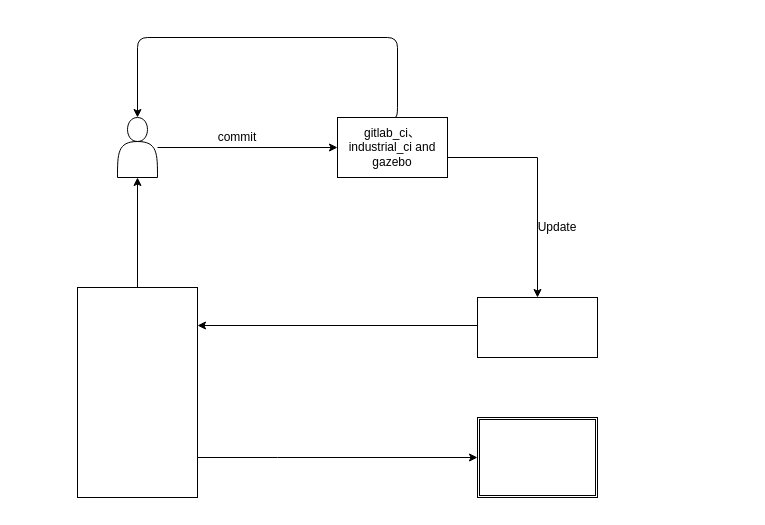
BruceLannn/MyBlog keeps this draw.io diagram as Untitled Diagram.drawio. Above is the earlier version. Source tidied: cells renumbered, new cells numbered last; positions are measured from the earlier drawing's top-left corner, leaving out a move shared by most shapes. Both pictures are drawn from the tidied source at 100%, with x=0, y=0 at pixel (77, 37).
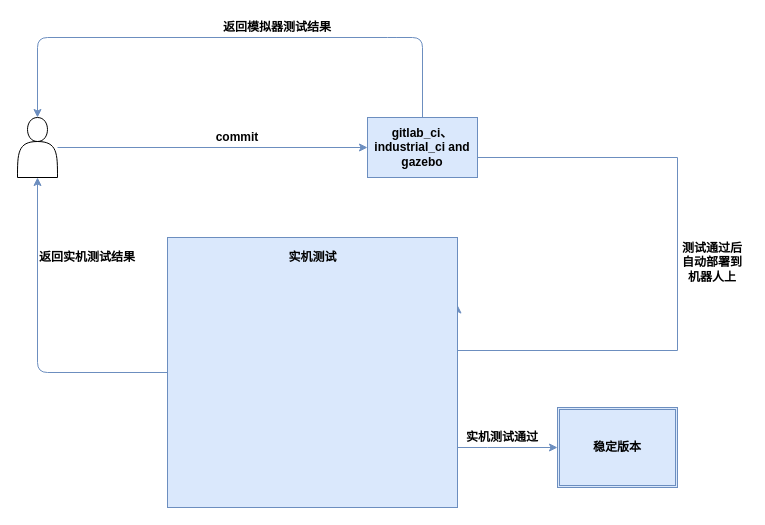
The same page after the edit.

Diff of the diagram source:
```diff
@@
-    <mxCell id="2" style="edgeStyle=orthogonalEdgeStyle;rounded=0;jettySize=auto;html=1;" parent="1" edge="1" source="3" target="5">
+    <mxCell id="2" style="edgeStyle=orthogonalEdgeStyle;rounded=0;jettySize=auto;html=1;fillColor=#dae8fc;strokeColor=#6c8ebf;" parent="1" edge="1" source="3" target="5">
       <mxGeometry relative="1" as="geometry" />
     </mxCell>
     <mxCell id="3" style="shape=actor;whiteSpace=wrap;html=1;" parent="1" vertex="1">
-      <mxGeometry x="40" y="80" width="40" height="60" as="geometry" />
+      <mxGeometry x="-60" y="80" width="40" height="60" as="geometry" />
     </mxCell>
-    <mxCell id="4" style="edgeStyle=orthogonalEdgeStyle;rounded=0;jettySize=auto;html=1;" parent="1" edge="1" source="5" target="8">
+    <mxCell id="4" style="edgeStyle=orthogonalEdgeStyle;rounded=0;jettySize=auto;html=1;entryX=1;entryY=0.25;entryDx=0;entryDy=0;fillColor=#dae8fc;strokeColor=#6c8ebf;" parent="1" edge="1" source="5" target="11">
       <mxGeometry relative="1" as="geometry">
         <Array as="points">
-          <mxPoint x="460" y="120" />
+          <mxPoint x="600" y="120" />
+          <mxPoint x="600" y="313" />
         </Array>
       </mxGeometry>
     </mxCell>
-    <mxCell id="5" value="gitlab_ci、industrial_ci and gazebo" style="whiteSpace=wrap;html=1;" parent="1" vertex="1">
-      <mxGeometry x="260" y="80" width="110" height="60" as="geometry" />
+    <mxCell id="5" value="&lt;b&gt;gitlab_ci、industrial_ci and gazebo&lt;/b&gt;" style="whiteSpace=wrap;html=1;fillColor=#dae8fc;strokeColor=#6c8ebf;" parent="1" vertex="1">
+      <mxGeometry x="290" y="80" width="110" height="60" as="geometry" />
     </mxCell>
-    <mxCell id="6" style="edgeStyle=segmentEdgeStyle;endArrow=classic;html=1;exitX=0.5;exitY=0;exitDx=0;exitDy=0;" parent="1" edge="1" source="5" target="3">
+    <mxCell id="6" style="edgeStyle=segmentEdgeStyle;endArrow=classic;html=1;exitX=0.5;exitY=0;exitDx=0;exitDy=0;fillColor=#dae8fc;strokeColor=#6c8ebf;" parent="1" edge="1" source="5" target="3">
       <mxGeometry relative="1" as="geometry">
         <Array as="points">
           <mxPoint x="320" />
           <mxPoint x="60" />
         </Array>
       </mxGeometry>
     </mxCell>
-    <mxCell id="7" style="edgeStyle=orthogonalEdgeStyle;rounded=0;jettySize=auto;html=1;" parent="1" edge="1" source="8">
-      <mxGeometry relative="1" as="geometry">
-        <mxPoint x="120" y="288" as="targetPoint" />
-        <Array as="points">
-          <mxPoint x="120" y="288" />
-        </Array>
-      </mxGeometry>
-    </mxCell>
-    <mxCell id="8" style="whiteSpace=wrap;html=1;" parent="1" vertex="1">
-      <mxGeometry x="400" y="260" width="120" height="60" as="geometry" />
-    </mxCell>
-    <mxCell id="9" style="edgeStyle=orthogonalEdgeStyle;rounded=0;jettySize=auto;html=1;entryX=0.5;entryY=1;entryDx=0;entryDy=0;" parent="1" edge="1" source="11" target="3">
+    <mxCell id="9" style="edgeStyle=orthogonalEdgeStyle;rounded=1;jettySize=auto;html=1;entryX=0.5;entryY=1;entryDx=0;entryDy=0;fillColor=#dae8fc;strokeColor=#6c8ebf;" parent="1" edge="1" source="11" target="3">
       <mxGeometry relative="1" as="geometry" />
     </mxCell>
-    <mxCell id="10" style="edgeStyle=orthogonalEdgeStyle;rounded=0;jettySize=auto;html=1;" parent="1" edge="1" source="11" target="12">
+    <mxCell id="10" style="edgeStyle=orthogonalEdgeStyle;rounded=0;jettySize=auto;html=1;fillColor=#dae8fc;strokeColor=#6c8ebf;" parent="1" edge="1" source="11" target="12">
       <mxGeometry relative="1" as="geometry">
         <Array as="points">
-          <mxPoint x="200" y="420" />
-          <mxPoint x="200" y="420" />
+          <mxPoint x="410" y="410" />
+          <mxPoint x="410" y="410" />
         </Array>
       </mxGeometry>
     </mxCell>
-    <mxCell id="11" style="whiteSpace=wrap;html=1;" parent="1" vertex="1">
-      <mxGeometry y="250" width="120" height="210" as="geometry" />
+    <mxCell id="11" value="&lt;b&gt;&lt;br&gt;&lt;/b&gt;" style="whiteSpace=wrap;html=1;fillColor=#dae8fc;strokeColor=#6c8ebf;" parent="1" vertex="1">
+      <mxGeometry x="90" y="200" width="290" height="270" as="geometry" />
     </mxCell>
-    <mxCell id="12" style="shape=ext;double=1;rounded=0;whiteSpace=wrap;html=1;" parent="1" vertex="1">
-      <mxGeometry x="400" y="380" width="120" height="80" as="geometry" />
+    <mxCell id="12" value="&lt;b&gt;稳定版本&lt;/b&gt;" style="shape=ext;double=1;rounded=0;whiteSpace=wrap;html=1;fillColor=#dae8fc;strokeColor=#6c8ebf;" parent="1" vertex="1">
+      <mxGeometry x="480" y="370" width="120" height="80" as="geometry" />
     </mxCell>
-    <mxCell id="13" value="commit" style="text;html=1;strokeColor=none;fillColor=none;align=center;verticalAlign=middle;whiteSpace=wrap;rounded=0;" parent="1" vertex="1">
+    <mxCell id="13" value="commit" style="text;html=1;strokeColor=none;fillColor=none;align=center;verticalAlign=middle;whiteSpace=wrap;rounded=0;fontStyle=1;" parent="1" vertex="1">
       <mxGeometry x="140" y="90" width="40" height="20" as="geometry" />
     </mxCell>
-    <mxCell id="14" value="Update" style="text;html=1;strokeColor=none;fillColor=none;align=center;verticalAlign=middle;whiteSpace=wrap;rounded=0;" parent="1" vertex="1">
-      <mxGeometry x="460" y="180" width="40" height="20" as="geometry" />
+    <mxCell id="14" value="测试通过后自动部署到机器人上" style="text;html=1;strokeColor=none;fillColor=none;align=center;verticalAlign=middle;whiteSpace=wrap;rounded=0;fontStyle=1;" parent="1" vertex="1">
+      <mxGeometry x="600" y="190" width="70" height="70" as="geometry" />
     </mxCell>
+    <mxCell id="15" value="返回模拟器测试结果" style="text;html=1;strokeColor=none;fillColor=none;align=center;verticalAlign=middle;whiteSpace=wrap;rounded=0;fontStyle=1;" parent="1" vertex="1">
+      <mxGeometry x="140" y="-20" width="120" height="20" as="geometry" />
+    </mxCell>
+    <mxCell id="16" value="返回实机测试结果" style="text;html=1;strokeColor=none;fillColor=none;align=center;verticalAlign=middle;whiteSpace=wrap;rounded=0;fontStyle=1;" parent="1" vertex="1">
+      <mxGeometry x="-40" y="210" width="100" height="20" as="geometry" />
+    </mxCell>
+    <mxCell id="17" value="实机测试通过" style="text;html=1;strokeColor=none;fillColor=none;align=center;verticalAlign=middle;whiteSpace=wrap;rounded=0;fontStyle=1;" parent="1" vertex="1">
+      <mxGeometry x="380" y="390" width="90" height="20" as="geometry" />
+    </mxCell>
+    <mxCell id="18" value="&lt;b&gt;实机测试&lt;/b&gt;" style="text;html=1;strokeColor=none;fillColor=none;align=center;verticalAlign=middle;whiteSpace=wrap;rounded=0;sketch=0;" parent="1" vertex="1">
+      <mxGeometry x="207.5" y="210" width="55" height="20" as="geometry" />
+    </mxCell>
```
